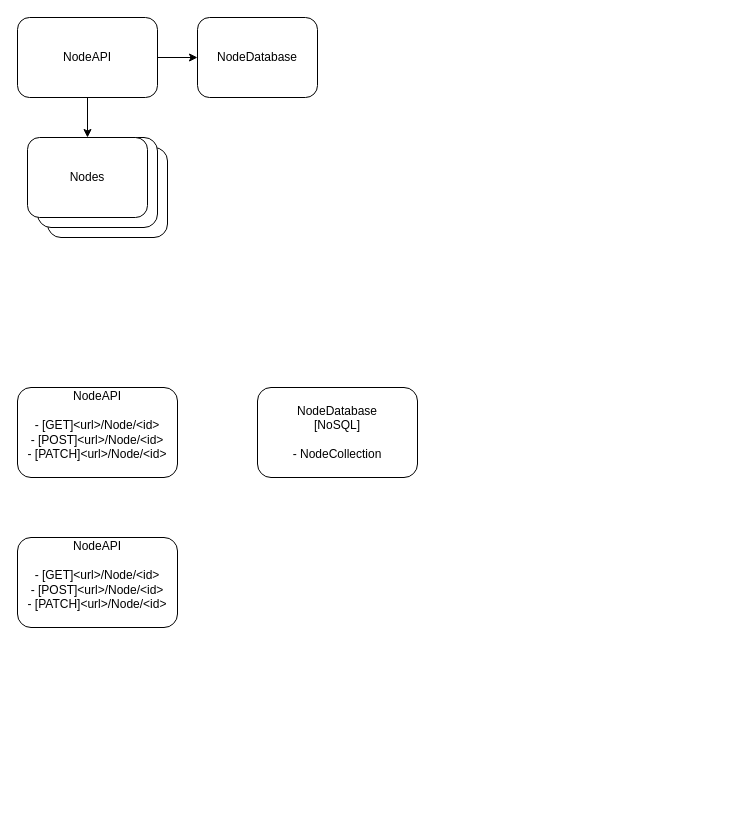
mlRosenquist/au-distributed-and-pervasive-systems-grp5 keeps this draw.io diagram as files/diagrams.drawio. Above is the earlier version. Source tidied: cells renumbered, new cells numbered last; positions are measured from the earlier drawing's top-left corner, leaving out a move shared by most shapes. Both pictures are drawn from the tidied source at 100%, with x=0, y=0 at pixel (17, 17).
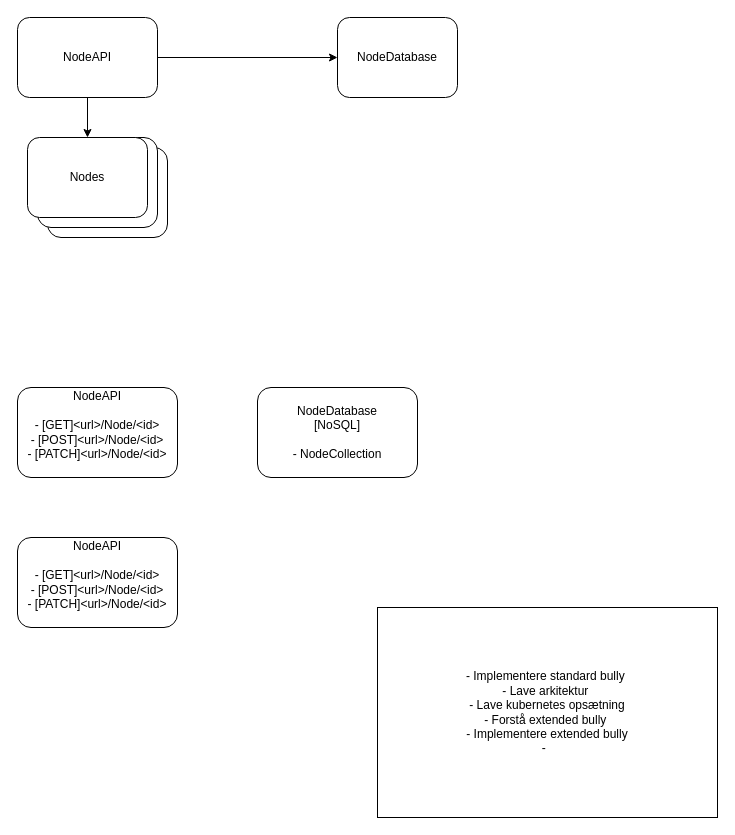
Above is the later version.

The edit, as a diff of the source:
```diff
@@
 <mxGraphModel>
   <root>
     <mxCell id="0" />
     <mxCell id="1" parent="0" />
     <mxCell id="2" value="NodeDatabase" style="rounded=1;whiteSpace=wrap;html=1;" parent="1" vertex="1">
-      <mxGeometry x="180" width="120" height="80" as="geometry" />
+      <mxGeometry x="320" width="120" height="80" as="geometry" />
     </mxCell>
     <mxCell id="3" value="NodeAPI" style="rounded=1;whiteSpace=wrap;html=1;" parent="1" vertex="1">
       <mxGeometry width="140" height="80" as="geometry" />
     </mxCell>
     <mxCell id="4" style="rounded=1;whiteSpace=wrap;html=1;" parent="1" vertex="1">
       <mxGeometry x="30" y="130" width="120" height="90" as="geometry" />
     </mxCell>
     <mxCell id="5" style="rounded=1;whiteSpace=wrap;html=1;" parent="1" vertex="1">
       <mxGeometry x="20" y="120" width="120" height="90" as="geometry" />
     </mxCell>
     <mxCell id="6" value="Nodes" style="rounded=1;whiteSpace=wrap;html=1;" parent="1" vertex="1">
       <mxGeometry x="10" y="120" width="120" height="80" as="geometry" />
     </mxCell>
     <mxCell id="7" style="endArrow=classic;html=1;entryX=0;entryY=0.5;entryDx=0;entryDy=0;exitX=1;exitY=0.5;exitDx=0;exitDy=0;" parent="1" edge="1" source="3" target="2">
       <mxGeometry relative="1" as="geometry" />
     </mxCell>
     <mxCell id="8" style="endArrow=classic;html=1;entryX=0.5;entryY=0;entryDx=0;entryDy=0;exitX=0.5;exitY=1;exitDx=0;exitDy=0;" parent="1" edge="1" source="3" target="6">
       <mxGeometry relative="1" as="geometry" />
     </mxCell>
     <mxCell id="9" value="NodeAPI&lt;br&gt;&lt;br&gt;- [GET]&amp;lt;url&amp;gt;/Node/&amp;lt;id&amp;gt;&lt;br&gt;- [POST]&amp;lt;url&amp;gt;/Node/&amp;lt;id&amp;gt;&lt;br&gt;- [PATCH]&amp;lt;url&amp;gt;/Node/&amp;lt;id&amp;gt;&lt;br&gt;&lt;br&gt;" style="rounded=1;whiteSpace=wrap;html=1;align=center;" parent="1" vertex="1">
       <mxGeometry y="370" width="160" height="90" as="geometry" />
     </mxCell>
     <mxCell id="10" value="NodeDatabase&lt;br&gt;[NoSQL]&lt;br&gt;&lt;br&gt;- NodeCollection" style="rounded=1;whiteSpace=wrap;html=1;align=center;" parent="1" vertex="1">
       <mxGeometry x="240" y="370" width="160" height="90" as="geometry" />
     </mxCell>
     <mxCell id="11" value="NodeAPI&lt;br&gt;&lt;br&gt;- [GET]&amp;lt;url&amp;gt;/Node/&amp;lt;id&amp;gt;&lt;br&gt;- [POST]&amp;lt;url&amp;gt;/Node/&amp;lt;id&amp;gt;&lt;br&gt;- [PATCH]&amp;lt;url&amp;gt;/Node/&amp;lt;id&amp;gt;&lt;br&gt;&lt;br&gt;" style="rounded=1;whiteSpace=wrap;html=1;align=center;" parent="1" vertex="1">
       <mxGeometry y="520" width="160" height="90" as="geometry" />
     </mxCell>
+    <mxCell id="12" value="- Implementere standard bully&amp;nbsp;&lt;br&gt;- Lave arkitektur&amp;nbsp;&lt;br&gt;- Lave kubernetes opsætning&lt;br&gt;- Forstå extended bully&amp;nbsp;&lt;br&gt;- Implementere extended bully&lt;br&gt;-&amp;nbsp;&amp;nbsp;" style="whiteSpace=wrap;html=1;" parent="1" vertex="1">
+      <mxGeometry x="360" y="590" width="340" height="210" as="geometry" />
+    </mxCell>
   </root>
 </mxGraphModel>
```
